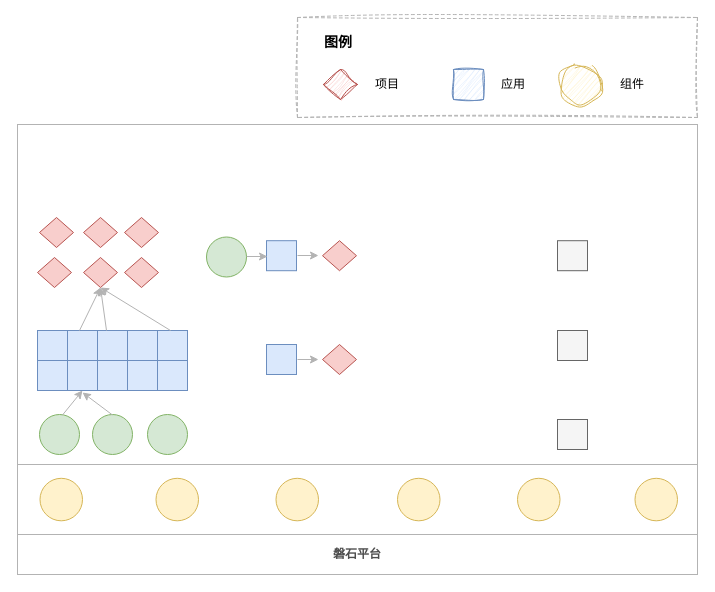
Above: 低代码—项目背景.drawio in tangyaosimida/love (draw.io), before the change. Source tidied: cells renumbered, new cells numbered last; positions are measured from the earlier drawing's top-left corner, leaving out a move shared by most shapes. Both pictures are drawn from the tidied source at 100%, with x=0, y=0 at pixel (17, 17).
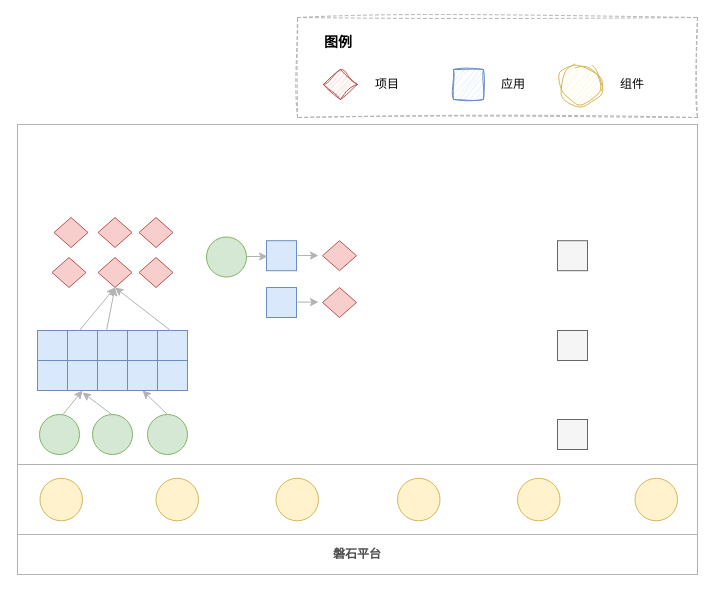
After the change.

Commit message (it also covers changes not shown here):
更新低代码—项目背景.drawio

The change refers to these unchanged cells:
```xml
<mxCell id="12" style="ellipse;whiteSpace=wrap;html=1;fillColor=#d5e8d4;strokeColor=#82b366;" parent="1" vertex="1">
  <mxGeometry x="130" y="397" width="40" height="40" as="geometry" />
</mxCell>
<mxCell id="16" style="rounded=0;whiteSpace=wrap;html=1;fillColor=#dae8fc;strokeColor=#6c8ebf;" parent="1" vertex="1">
  <mxGeometry x="110" y="343" width="30" height="30" as="geometry" />
</mxCell>
```

Change to the diagram source:
```diff
@@
     <mxCell id="23" style="rhombus;whiteSpace=wrap;html=1;fillColor=#f8cecc;strokeColor=#b85450;" parent="1" vertex="1">
-      <mxGeometry x="22" y="200" width="34" height="30" as="geometry" />
+      <mxGeometry x="36.5" y="200" width="34" height="30" as="geometry" />
     </mxCell>
     <mxCell id="24" style="rhombus;whiteSpace=wrap;html=1;fillColor=#f8cecc;strokeColor=#b85450;" parent="1" vertex="1">
-      <mxGeometry x="66" y="200" width="34" height="30" as="geometry" />
+      <mxGeometry x="80.5" y="200" width="34" height="30" as="geometry" />
     </mxCell>
     <mxCell id="25" style="rhombus;whiteSpace=wrap;html=1;fillColor=#f8cecc;strokeColor=#b85450;" parent="1" vertex="1">
-      <mxGeometry x="107" y="200" width="34" height="30" as="geometry" />
+      <mxGeometry x="121.5" y="200" width="34" height="30" as="geometry" />
     </mxCell>
     <mxCell id="26" style="rhombus;whiteSpace=wrap;html=1;fillColor=#f8cecc;strokeColor=#b85450;" parent="1" vertex="1">
-      <mxGeometry x="20" y="240" width="34" height="30" as="geometry" />
+      <mxGeometry x="34.5" y="240" width="34" height="30" as="geometry" />
     </mxCell>
     <mxCell id="27" style="rhombus;whiteSpace=wrap;html=1;fillColor=#f8cecc;strokeColor=#b85450;" parent="1" vertex="1">
-      <mxGeometry x="66" y="240" width="34" height="30" as="geometry" />
+      <mxGeometry x="80.5" y="240" width="34" height="30" as="geometry" />
     </mxCell>
     <mxCell id="28" style="rhombus;whiteSpace=wrap;html=1;fillColor=#f8cecc;strokeColor=#b85450;" parent="1" vertex="1">
-      <mxGeometry x="107" y="240" width="34" height="30" as="geometry" />
+      <mxGeometry x="121.5" y="240" width="34" height="30" as="geometry" />
     </mxCell>
@@
     <mxCell id="32" style="rounded=0;whiteSpace=wrap;html=1;fillColor=#dae8fc;strokeColor=#6c8ebf;" parent="1" vertex="1">
-      <mxGeometry x="249" y="327" width="30" height="30" as="geometry" />
+      <mxGeometry x="249" y="270" width="30" height="30" as="geometry" />
     </mxCell>
     <mxCell id="33" style="rhombus;whiteSpace=wrap;html=1;fillColor=#f8cecc;strokeColor=#b85450;" parent="1" vertex="1">
-      <mxGeometry x="305" y="327" width="34" height="30" as="geometry" />
+      <mxGeometry x="305" y="270" width="34" height="30" as="geometry" />
     </mxCell>
@@
     <mxCell id="43" style="endArrow=classic;html=1;rounded=0;entryX=0;entryY=0.5;entryDx=0;entryDy=0;strokeColor=#B3B3B3;" parent="1" edge="1">
       <mxGeometry relative="1" as="geometry">
-        <mxPoint x="280" y="342" as="sourcePoint" />
-        <mxPoint x="301" y="342" as="targetPoint" />
+        <mxPoint x="280" y="284.6" as="sourcePoint" />
+        <mxPoint x="301" y="284.6" as="targetPoint" />
       </mxGeometry>
     </mxCell>
@@
+    <mxCell id="54" style="endArrow=classic;html=1;rounded=0;strokeColor=#B3B3B3;exitX=0.5;exitY=0;exitDx=0;exitDy=0;entryX=0.5;entryY=1;entryDx=0;entryDy=0;" parent="1" edge="1" source="12" target="16">
+      <mxGeometry relative="1" as="geometry" />
+    </mxCell>
```
